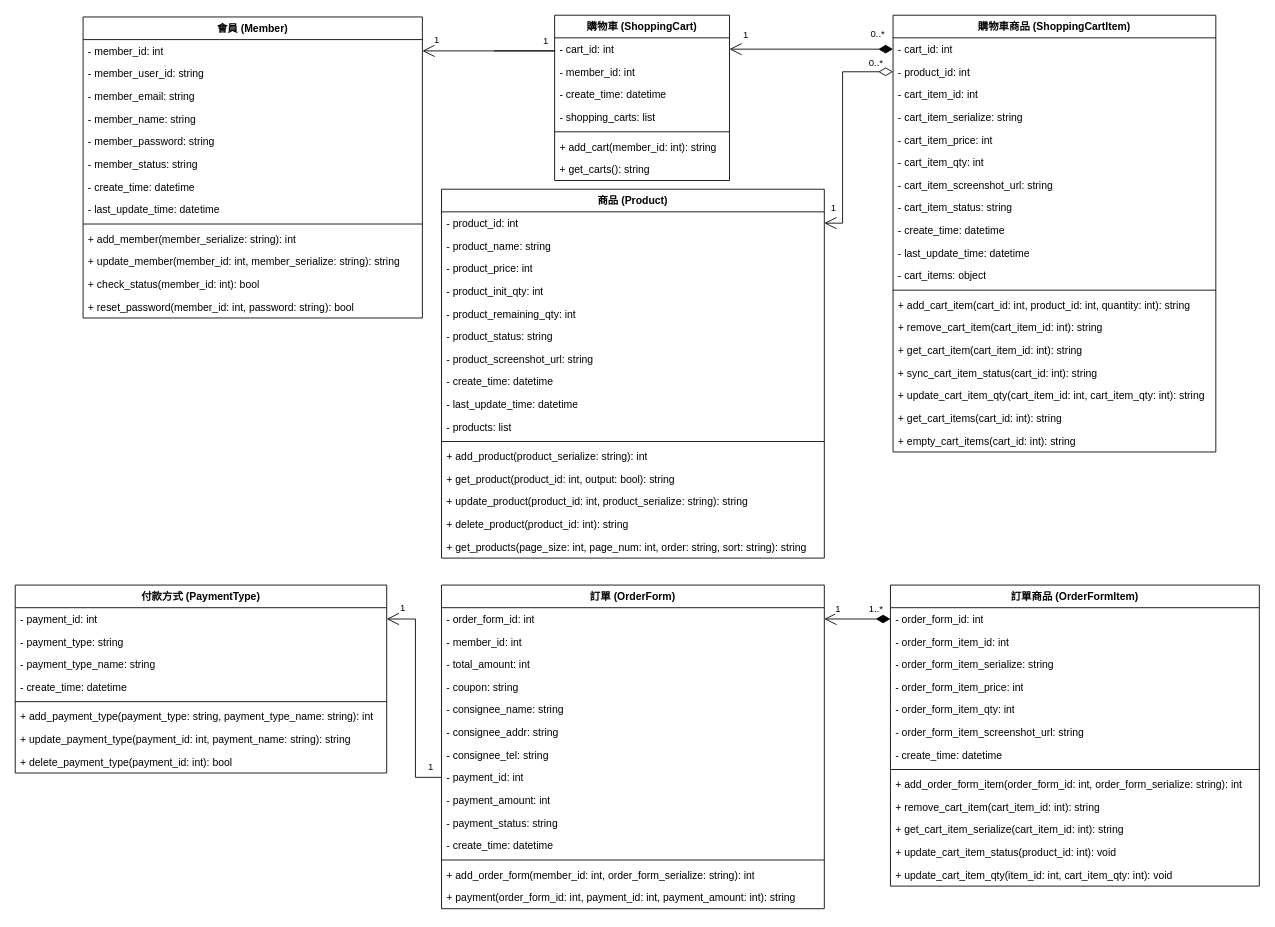
Above: UML/將商品加入購物車.drawio in Nknu-Yea/shopping (draw.io), before the change. Source tidied: cells renumbered, new cells numbered last; positions are measured from the earlier drawing's top-left corner, leaving out a move shared by most shapes. Both pictures are drawn from the tidied source at 87%, with x=0, y=0 at pixel (15, 15).
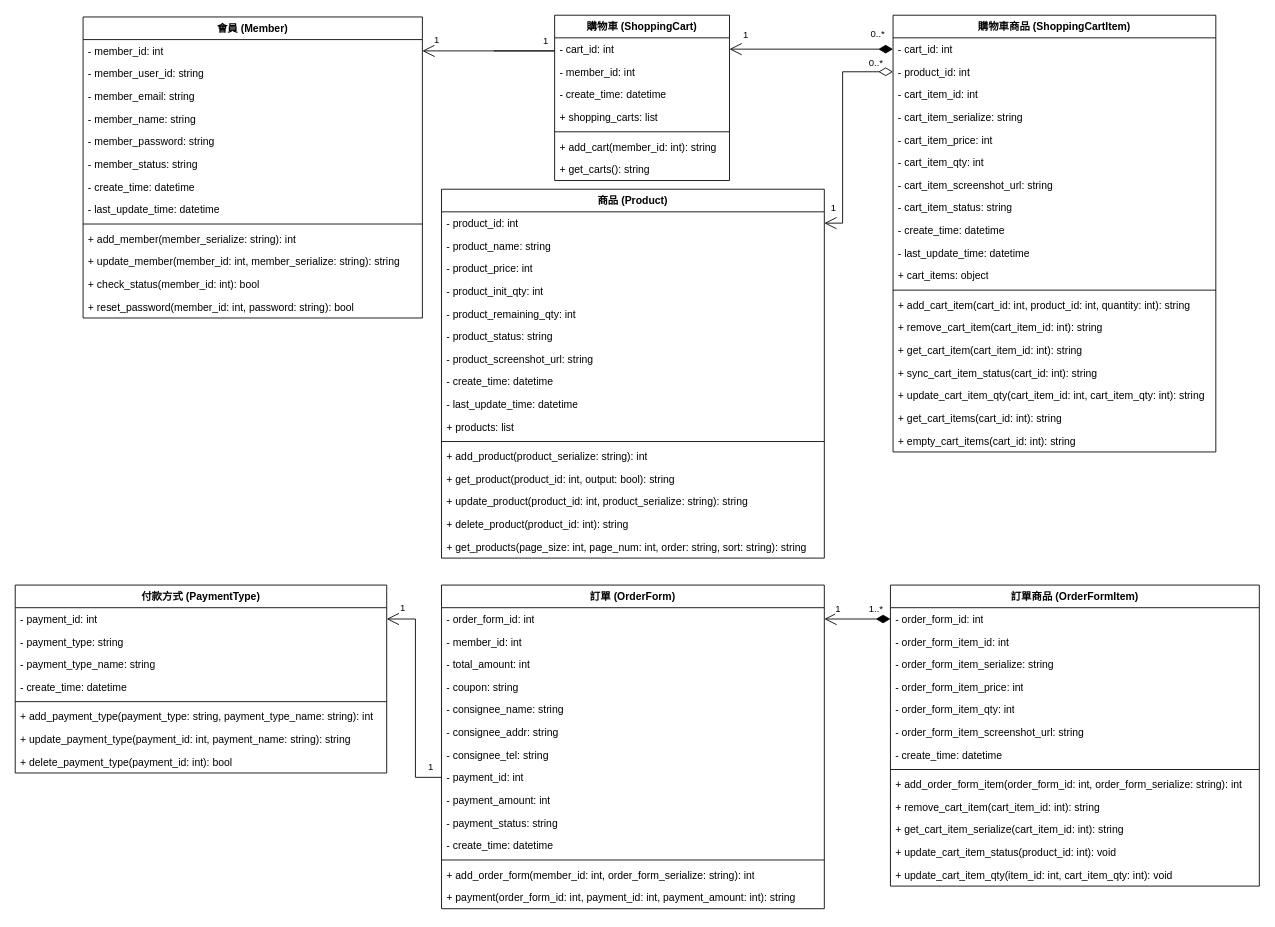
The same page after the edit.

Commit message:
UML/將商品加入購物車 - 調整

Unchanged cells that the change refers to:
```xml
<mxCell id="2" value="購物車 (ShoppingCart)" style="swimlane;fontStyle=1;align=center;verticalAlign=top;horizontal=1;startSize=26;whiteSpace=wrap;html=1;" parent="1" vertex="1">
  <mxGeometry x="620" width="201" height="190" as="geometry" />
</mxCell>
<mxCell id="10" value="購物車商品 (ShoppingCartItem)" style="swimlane;fontStyle=1;align=center;verticalAlign=top;horizontal=1;startSize=26;whiteSpace=wrap;html=1;" parent="1" vertex="1">
  <mxGeometry x="1009" width="371" height="502" as="geometry" />
</mxCell>
<mxCell id="47" value="商品 (Product)" style="swimlane;fontStyle=1;align=center;verticalAlign=top;horizontal=1;startSize=26;whiteSpace=wrap;html=1;" parent="1" vertex="1">
  <mxGeometry x="490" y="200" width="440" height="424" as="geometry" />
</mxCell>
```

The edit, as a diff of the source:
```diff
@@
-    <mxCell id="6" value="- shopping_carts: list" style="text;strokeColor=none;fillColor=none;align=left;verticalAlign=top;spacingLeft=4;spacingRight=4;overflow=hidden;whiteSpace=wrap;html=1;" parent="2" vertex="1">
+    <mxCell id="6" value="+ shopping_carts: list" style="text;strokeColor=none;fillColor=none;align=left;verticalAlign=top;spacingLeft=4;spacingRight=4;overflow=hidden;whiteSpace=wrap;html=1;" parent="2" vertex="1">
       <mxGeometry y="104" width="201" height="26" as="geometry" />
     </mxCell>
@@
-    <mxCell id="21" value="- cart_items: object" style="text;strokeColor=none;fillColor=none;align=left;verticalAlign=top;spacingLeft=4;spacingRight=4;overflow=hidden;whiteSpace=wrap;html=1;" parent="10" vertex="1">
+    <mxCell id="21" value="+ cart_items: object" style="text;strokeColor=none;fillColor=none;align=left;verticalAlign=top;spacingLeft=4;spacingRight=4;overflow=hidden;whiteSpace=wrap;html=1;" parent="10" vertex="1">
       <mxGeometry y="286" width="371" height="26" as="geometry" />
     </mxCell>
@@
-    <mxCell id="57" value="- products: list" style="text;strokeColor=none;fillColor=none;align=left;verticalAlign=top;spacingLeft=4;spacingRight=4;overflow=hidden;whiteSpace=wrap;html=1;" parent="47" vertex="1">
+    <mxCell id="57" value="+ products: list" style="text;strokeColor=none;fillColor=none;align=left;verticalAlign=top;spacingLeft=4;spacingRight=4;overflow=hidden;whiteSpace=wrap;html=1;" parent="47" vertex="1">
       <mxGeometry y="260" width="440" height="26" as="geometry" />
     </mxCell>
```
